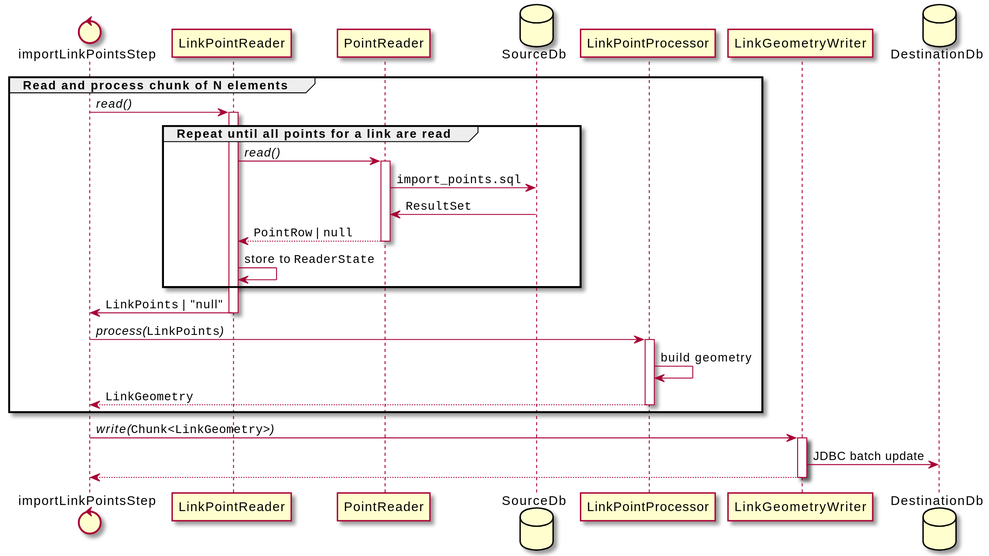
Earlier version of the PlantUML export images/import_points_step.svg (HSLdevcom/jore4-jore3-importer). The source it was exported from:
```plantuml
@startuml

control importLinkPointsStep as step
participant LinkPointReader as linkpoint_reader
participant PointReader as point_reader
database SourceDb as sdb
participant LinkPointProcessor as processor
participant LinkGeometryWriter as writer
database DestinationDb as ddb

group Read and process chunk of N elements

    step -> linkpoint_reader : //read()//
    activate linkpoint_reader

    group Repeat until all points for a link are read
        linkpoint_reader -> point_reader : //read()//

        activate point_reader

        point_reader -> sdb : ""import_points.sql""
        point_reader <- sdb : ""ResultSet""

        linkpoint_reader <-- point_reader : ""PointRow"" | ""null""
        deactivate point_reader

        linkpoint_reader -> linkpoint_reader : store to ""ReaderState""
    end

    step <- linkpoint_reader :""LinkPoints"" | "null"
    deactivate linkpoint_reader

    step -> processor : //process(//""LinkPoints""//)//
    activate processor
    processor -> processor : build geometry
    step <-- processor : ""LinkGeometry""
    deactivate processor

end

step -> writer : //write(//""Chunk<LinkGeometry>""//)//
activate writer
writer -> ddb : JDBC batch update
step <-- writer
deactivate writer

@enduml
```
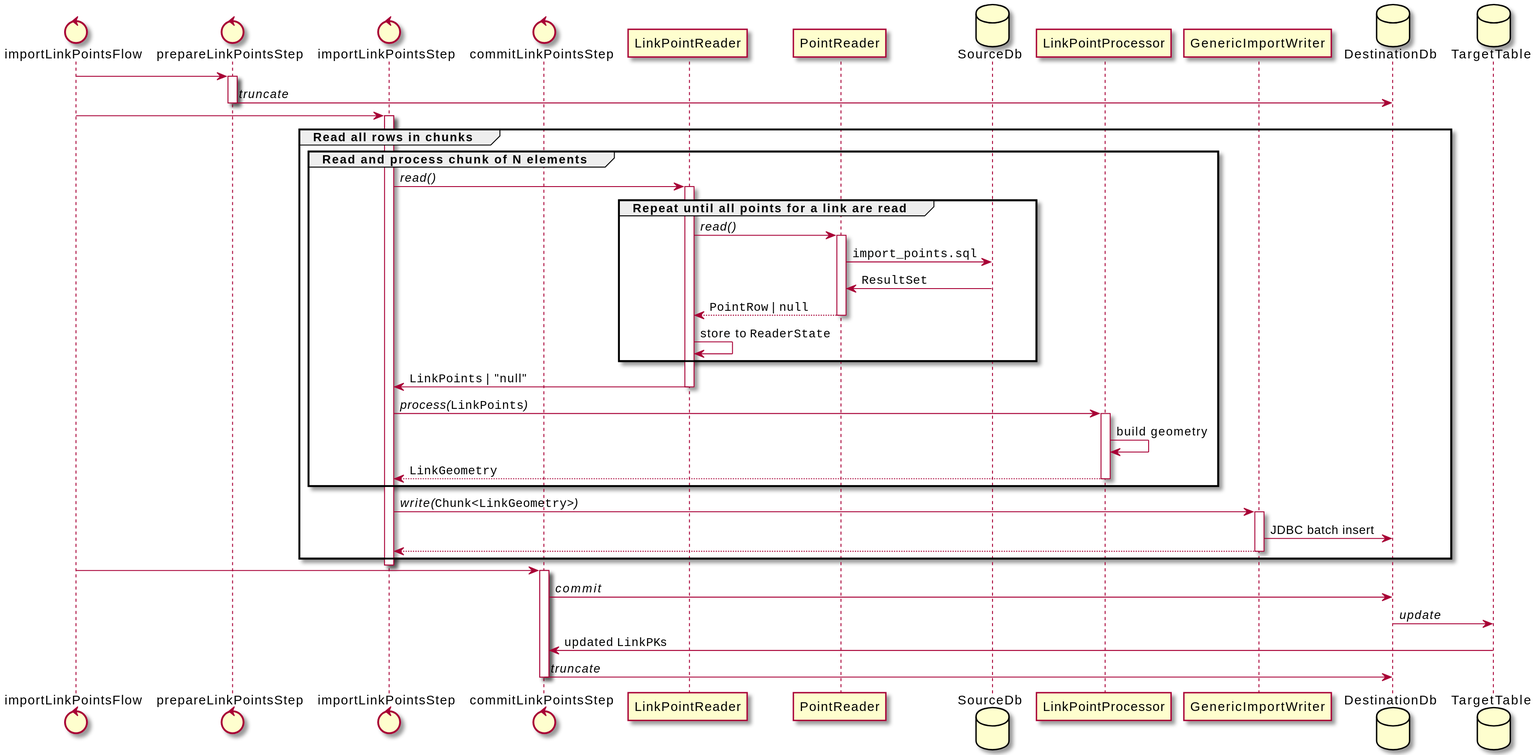
The same diagram one commit later.

The edit, as a diff of the source:
```diff
@@ -1,47 +1,77 @@
 @startuml
 
-control importLinkPointsStep as step
+control importLinkPointsFlow as flow
+control prepareLinkPointsStep as prepare_step
+control importLinkPointsStep as import_step
+control commitLinkPointsStep as commit_step
 participant LinkPointReader as linkpoint_reader
 participant PointReader as point_reader
 database SourceDb as sdb
 participant LinkPointProcessor as processor
-participant LinkGeometryWriter as writer
-database DestinationDb as ddb
+participant GenericImportWriter as writer
+database DestinationDb as staging_table
+database TargetTable as target_table
 
-group Read and process chunk of N elements
+flow -> prepare_step
+activate prepare_step
 
-    step -> linkpoint_reader : //read()//
-    activate linkpoint_reader
+prepare_step -> staging_table : //truncate//
+deactivate prepare_step
 
-    group Repeat until all points for a link are read
-        linkpoint_reader -> point_reader : //read()//
+flow -> import_step
+activate import_step
 
-        activate point_reader
+group Read all rows in chunks
 
-        point_reader -> sdb : ""import_points.sql""
-        point_reader <- sdb : ""ResultSet""
+    group Read and process chunk of N elements
 
-        linkpoint_reader <-- point_reader : ""PointRow"" | ""null""
-        deactivate point_reader
+        import_step -> linkpoint_reader : //read()//
+        activate linkpoint_reader
 
-        linkpoint_reader -> linkpoint_reader : store to ""ReaderState""
+        group Repeat until all points for a link are read
+            linkpoint_reader -> point_reader : //read()//
+
+            activate point_reader
+
+            point_reader -> sdb : ""import_points.sql""
+            point_reader <- sdb : ""ResultSet""
+
+            linkpoint_reader <-- point_reader : ""PointRow"" | ""null""
+            deactivate point_reader
+
+            linkpoint_reader -> linkpoint_reader : store to ""ReaderState""
+        end
+
+        import_step <- linkpoint_reader :""LinkPoints"" | "null"
+        deactivate linkpoint_reader
+
+        import_step -> processor : //process(//""LinkPoints""//)//
+        activate processor
+        processor -> processor : build geometry
+        import_step <-- processor : ""LinkGeometry""
+        deactivate processor
+
     end
 
-    step <- linkpoint_reader :""LinkPoints"" | "null"
-    deactivate linkpoint_reader
-
-    step -> processor : //process(//""LinkPoints""//)//
-    activate processor
-    processor -> processor : build geometry
-    step <-- processor : ""LinkGeometry""
-    deactivate processor
+    import_step -> writer : //write(//""Chunk<LinkGeometry>""//)//
+    activate writer
+    writer -> staging_table : JDBC batch insert
+    import_step <-- writer
+    deactivate writer
 
 end
 
-step -> writer : //write(//""Chunk<LinkGeometry>""//)//
-activate writer
-writer -> ddb : JDBC batch update
-step <-- writer
-deactivate writer
+deactivate import_step
+
+flow -> commit_step
+activate commit_step
+
+commit_step -> staging_table : //commit//
+staging_table -> target_table : //update//
+commit_step <- target_table : updated ""LinkPK""s
+
+commit_step -> staging_table : //truncate//
+deactivate commit_step
+
 
 @enduml
```
